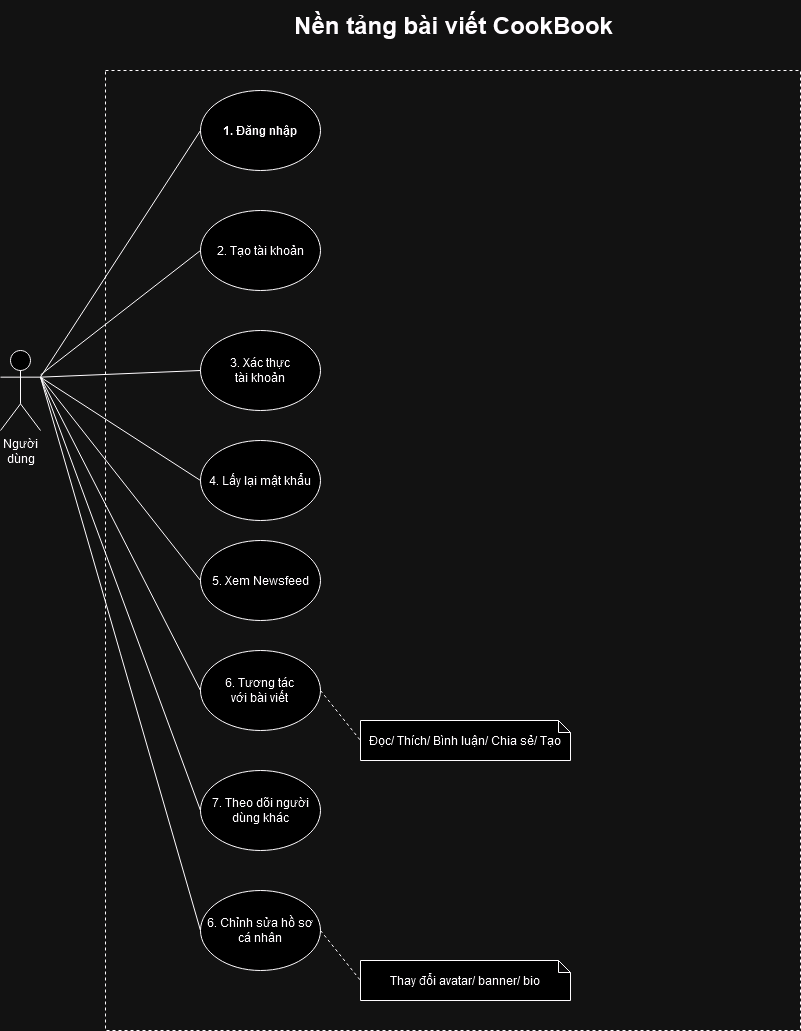
The draw.io diagram Cookbook_social.drawio.png in hotcat190/cookbook-sequence-diagrams, before a commit. Source tidied: cells renumbered, new cells last; positions are measured from the earlier drawing's top-left corner, leaving out a move shared by most shapes.
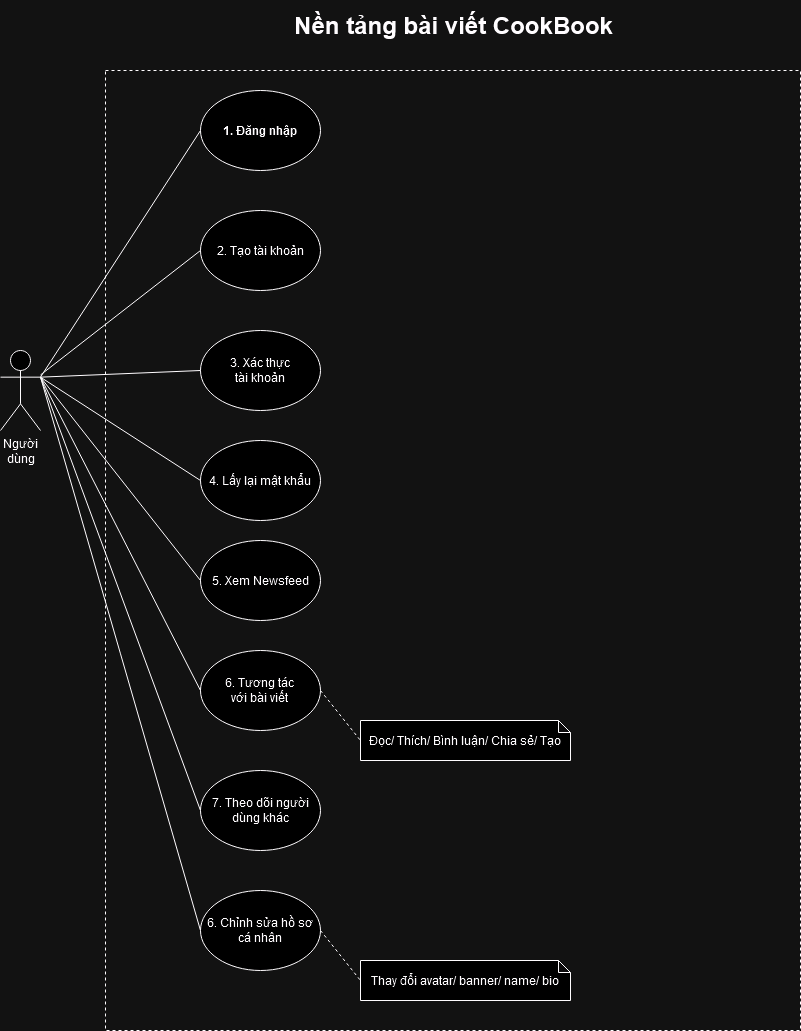
Above is the later version.

Change to the diagram source:
```diff
@@ -56,7 +56,7 @@
     <mxCell id="19" value="6. Chỉnh sửa hồ sơ cá nhân" style="ellipse;whiteSpace=wrap;html=1;" parent="1" vertex="1">
       <mxGeometry x="200" y="890" width="120" height="80" as="geometry" />
     </mxCell>
-    <mxCell id="20" value="Thay đổi avatar/ banner/ bio" style="shape=note;whiteSpace=wrap;html=1;backgroundOutline=1;darkOpacity=0.05;size=12;" parent="1" vertex="1">
+    <mxCell id="20" value="&lt;div&gt;Thay đổi avatar/ banner/ name/ bio&lt;/div&gt;" style="shape=note;whiteSpace=wrap;html=1;backgroundOutline=1;darkOpacity=0.05;size=12;" parent="1" vertex="1">
       <mxGeometry x="360" y="960" width="210" height="40" as="geometry" />
     </mxCell>
     <mxCell id="21" style="endArrow=none;dashed=1;html=1;rounded=0;exitX=1;exitY=0.5;exitDx=0;exitDy=0;entryX=0;entryY=0.5;entryDx=0;entryDy=0;entryPerimeter=0;" parent="1" edge="1" source="19" target="20">
```
